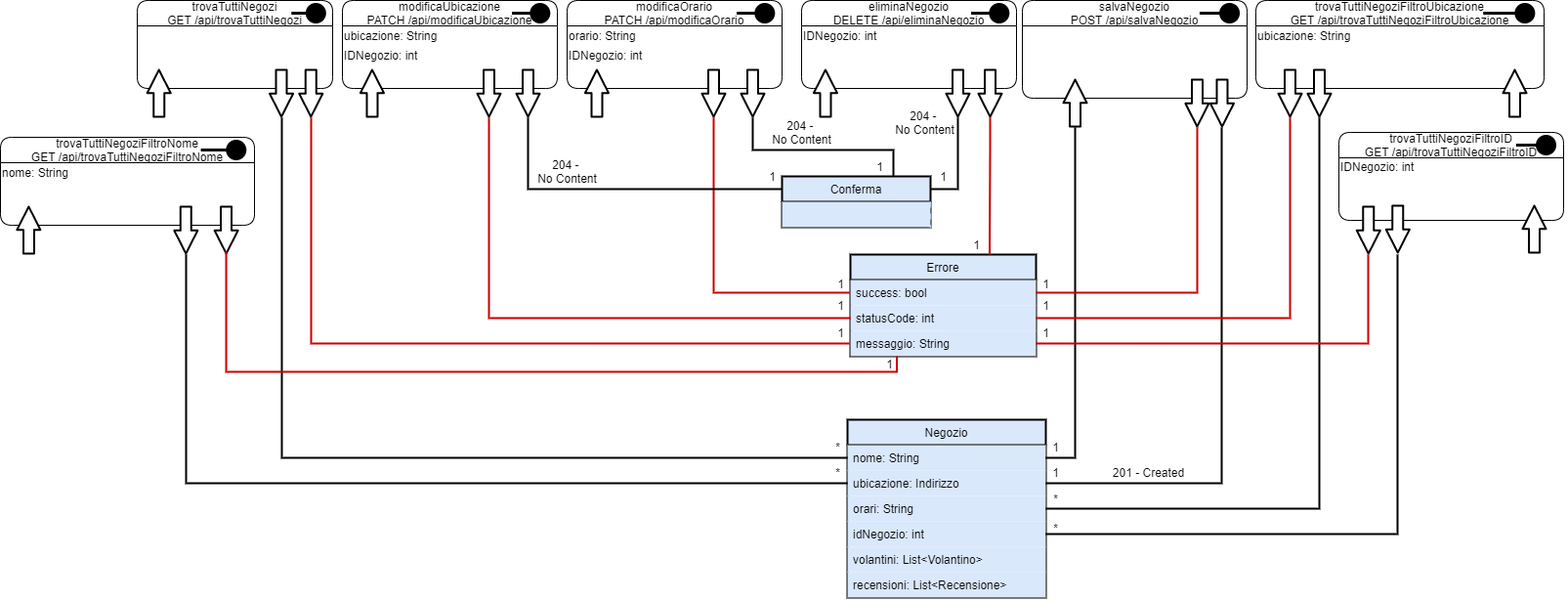
Above: UML/Diagramma Risorse/Diagramma Risorse Negozio.png in G15-UniTN/iSpesa (draw.io), before the change. Source tidied: cells renumbered, new cells last; positions are measured from the earlier drawing's top-left corner, leaving out a move shared by most shapes.
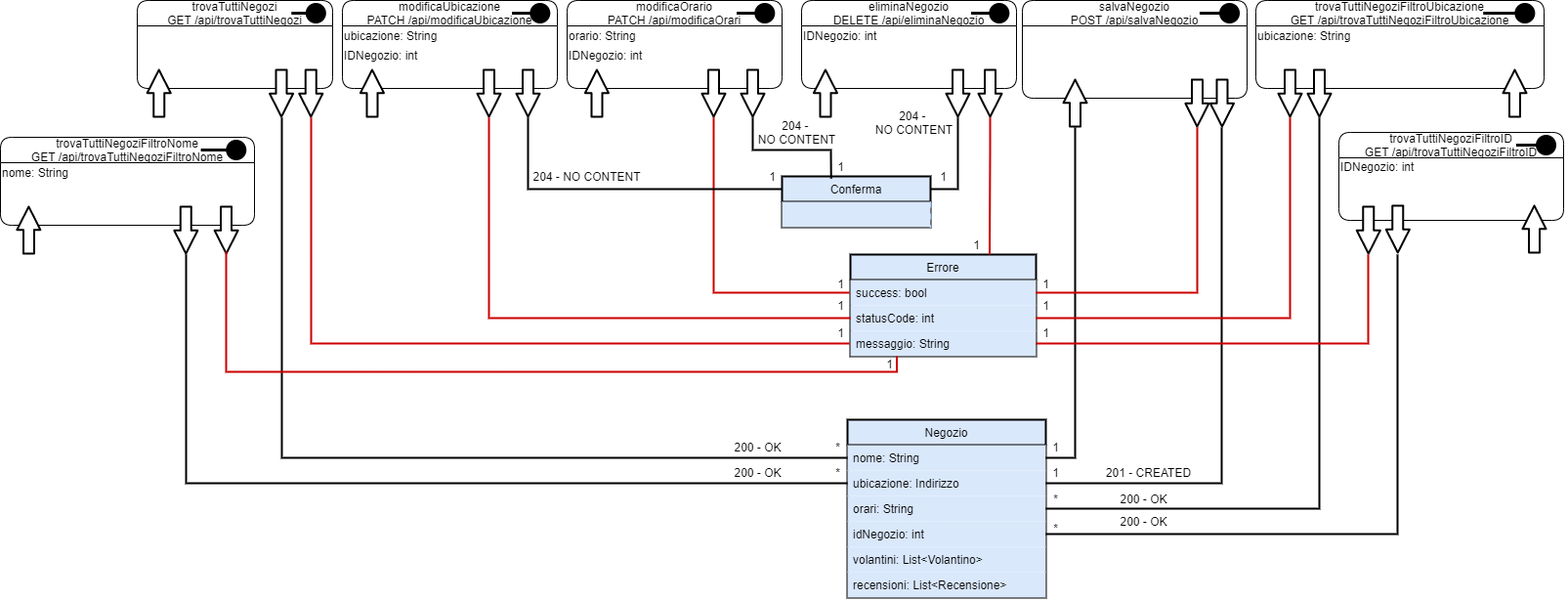
Later version of the same file.

What changed in the source:
```diff
@@ -98,8 +98,8 @@
     <mxCell id="25" value="1" style="text;html=1;align=center;verticalAlign=middle;strokeColor=none;" parent="1" vertex="1">
       <mxGeometry x="989" y="240" width="20" height="20" as="geometry" />
     </mxCell>
-    <mxCell id="26" value="204 - &lt;br&gt;No Content" style="text;html=1;align=center;verticalAlign=middle;strokeColor=none;" parent="1" vertex="1">
-      <mxGeometry x="906" y="110" width="80" height="30" as="geometry" />
+    <mxCell id="26" value="204 - &lt;br&gt;NO CONTENT" style="text;html=1;align=center;verticalAlign=middle;strokeColor=none;" parent="1" vertex="1">
+      <mxGeometry x="890" y="110" width="90" height="30" as="geometry" />
     </mxCell>
     <mxCell id="27" style="group;" parent="1" vertex="1">
       <mxGeometry x="1046" width="230" height="120" as="geometry" />
@@ -142,8 +142,8 @@
     <mxCell id="34" value="1" style="text;html=1;align=center;verticalAlign=middle;strokeColor=none;" parent="1" vertex="1">
       <mxGeometry x="1070" y="447" width="20" height="20" as="geometry" />
     </mxCell>
-    <mxCell id="35" value="201 - Created" style="text;html=1;align=center;verticalAlign=middle;strokeColor=none;fillColor=#ffffff;" parent="1" vertex="1">
-      <mxGeometry x="1130" y="473" width="90" height="20" as="geometry" />
+    <mxCell id="35" value="201 - CREATED" style="text;html=1;align=center;verticalAlign=middle;strokeColor=none;" parent="1" vertex="1">
+      <mxGeometry x="1125" y="473" width="100" height="20" as="geometry" />
     </mxCell>
     <mxCell id="36" value="1" style="text;html=1;align=center;verticalAlign=middle;strokeColor=none;" parent="1" vertex="1">
       <mxGeometry x="1070" y="473" width="20" height="20" as="geometry" />
@@ -170,7 +170,7 @@
     <mxCell id="40" style="group;" parent="1" vertex="1">
       <mxGeometry x="580" width="220" height="120" as="geometry" />
     </mxCell>
-    <mxCell id="41" value="modificaOrario&#10;PATCH /api/modificaOrario" style="swimlane;fontStyle=0;horizontal=1;startSize=26;fillColor=none;rounded=1;" parent="40" vertex="1">
+    <mxCell id="41" value="modificaOrario&#10;PATCH /api/modificaOrari" style="swimlane;fontStyle=0;horizontal=1;startSize=26;fillColor=none;rounded=1;" parent="40" vertex="1">
       <mxGeometry width="220" height="90" as="geometry" />
     </mxCell>
     <mxCell id="42" style="shape=flexArrow;endArrow=classic;html=1;targetPerimeterSpacing=1;strokeWidth=2;endWidth=11.03448275862069;endSize=7.227586206896552;fillColor=#ffffff;rounded=1;" parent="41" edge="1">
@@ -197,20 +197,20 @@
         <mxPoint x="30.4" y="70" as="targetPoint" />
       </mxGeometry>
     </mxCell>
-    <mxCell id="46" style="endArrow=none;html=1;targetPerimeterSpacing=1;strokeWidth=2;fillColor=#ffffff;edgeStyle=orthogonalEdgeStyle;rounded=0;endFill=0;entryX=0.75;entryY=0;entryDx=0;entryDy=0;" parent="1" edge="1" target="22">
+    <mxCell id="46" style="endArrow=none;html=1;targetPerimeterSpacing=1;strokeWidth=2;fillColor=#ffffff;edgeStyle=orthogonalEdgeStyle;rounded=0;endFill=0;entryX=0.007;entryY=1.11;entryDx=0;entryDy=0;entryPerimeter=0;" parent="1" edge="1" target="48">
       <mxGeometry relative="1" as="geometry">
         <mxPoint x="770" y="120" as="sourcePoint" />
         <Array as="points">
           <mxPoint x="770" y="153" />
-          <mxPoint x="914" y="153" />
+          <mxPoint x="850" y="153" />
         </Array>
       </mxGeometry>
     </mxCell>
-    <mxCell id="47" value="204 - &lt;br&gt;No Content" style="text;html=1;align=center;verticalAlign=middle;strokeColor=none;" parent="1" vertex="1">
-      <mxGeometry x="780" y="120" width="80" height="30" as="geometry" />
+    <mxCell id="47" value="204 - &lt;br&gt;NO CONTENT" style="text;html=1;align=center;verticalAlign=middle;strokeColor=none;" parent="1" vertex="1">
+      <mxGeometry x="770" y="120" width="90" height="30" as="geometry" />
     </mxCell>
     <mxCell id="48" value="1" style="text;html=1;align=center;verticalAlign=middle;points=[];strokeColor=none;" parent="1" vertex="1">
-      <mxGeometry x="890" y="160" width="20" height="20" as="geometry" />
+      <mxGeometry x="850" y="160" width="20" height="20" as="geometry" />
     </mxCell>
     <mxCell id="49" style="endArrow=none;html=1;targetPerimeterSpacing=1;strokeWidth=2;fillColor=#ffffff;edgeStyle=orthogonalEdgeStyle;rounded=0;endFill=0;strokeColor=#CC0000;" parent="1" edge="1">
       <mxGeometry relative="1" as="geometry">
@@ -274,8 +274,8 @@
         </Array>
       </mxGeometry>
     </mxCell>
-    <mxCell id="62" value="204 - &lt;br&gt;No Content" style="text;html=1;align=center;verticalAlign=middle;strokeColor=none;" parent="1" vertex="1">
-      <mxGeometry x="540" y="160" width="80" height="30" as="geometry" />
+    <mxCell id="62" value="204 - NO CONTENT" style="text;html=1;align=center;verticalAlign=middle;strokeColor=none;" parent="1" vertex="1">
+      <mxGeometry x="535" y="170" width="130" height="20" as="geometry" />
     </mxCell>
     <mxCell id="63" value="1" style="text;html=1;align=center;verticalAlign=middle;strokeColor=none;" parent="1" vertex="1">
       <mxGeometry x="780" y="170" width="20" height="20" as="geometry" />
@@ -511,5 +511,17 @@
     <mxCell id="108" value="*" style="text;html=1;align=center;verticalAlign=middle;strokeColor=none;" parent="1" vertex="1">
       <mxGeometry x="1070" y="530" width="20" height="20" as="geometry" />
     </mxCell>
+    <mxCell id="109" value="200 - OK" style="text;html=1;align=center;verticalAlign=middle;strokeColor=none;" parent="1" vertex="1">
+      <mxGeometry x="745" y="447" width="60" height="20" as="geometry" />
+    </mxCell>
+    <mxCell id="110" value="200 - OK" style="text;html=1;align=center;verticalAlign=middle;strokeColor=none;" parent="1" vertex="1">
+      <mxGeometry x="745" y="473" width="60" height="20" as="geometry" />
+    </mxCell>
+    <mxCell id="111" value="200 - OK" style="text;html=1;align=center;verticalAlign=middle;strokeColor=none;" parent="1" vertex="1">
+      <mxGeometry x="1140" y="500" width="60" height="20" as="geometry" />
+    </mxCell>
+    <mxCell id="112" value="200 - OK" style="text;html=1;align=center;verticalAlign=middle;strokeColor=none;" parent="1" vertex="1">
+      <mxGeometry x="1140" y="523" width="60" height="20" as="geometry" />
+    </mxCell>
   </root>
 </mxGraphModel>
```
